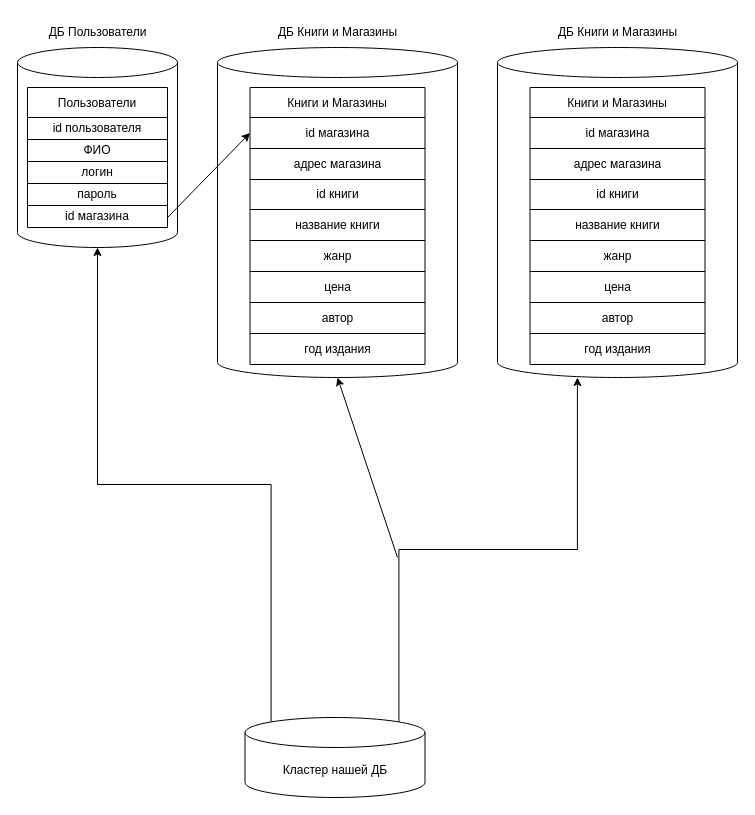
Above: диограмочка.drawio in VladiSlave2042/-Replication-and-scaling.-Part-1 (draw.io), before the change. Source tidied: cells renumbered, new cells numbered last; positions are measured from the earlier drawing's top-left corner, leaving out a move shared by most shapes. Both pictures are drawn from the tidied source at 100%, with x=0, y=0 at pixel (17, 17).
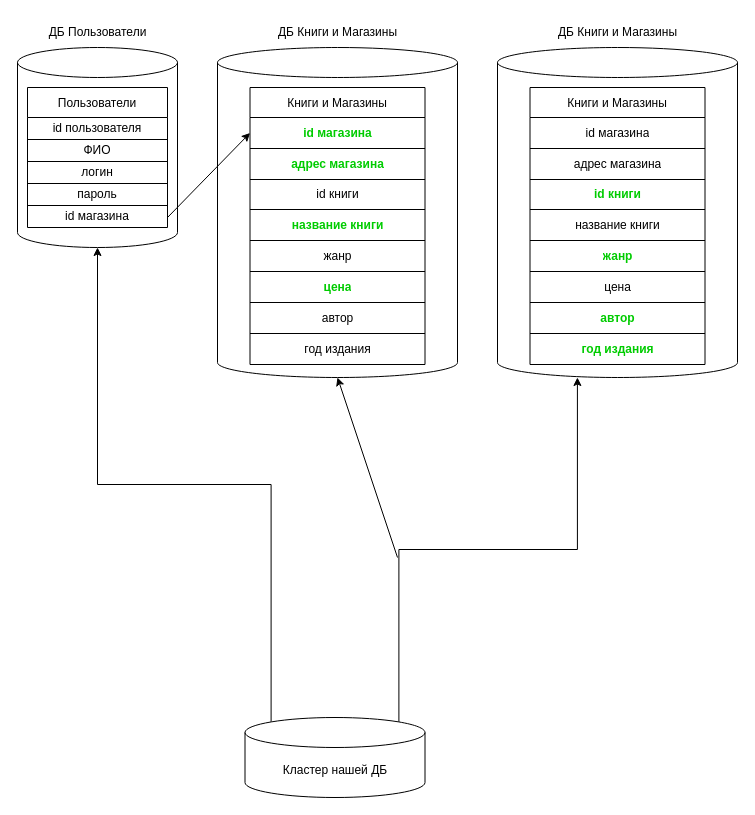
The same diagram, later.

Unchanged cells that the change refers to:
```xml
<mxCell id="7" style="shape=tableRow;horizontal=0;startSize=0;swimlaneHead=0;swimlaneBody=0;strokeColor=inherit;top=0;left=0;bottom=0;right=0;fillColor=none;points=[[0,0.5],[1,0.5]];portConstraint=eastwest;" parent="6" vertex="1">
  <mxGeometry y="30" width="175" height="31" as="geometry" />
</mxCell>
<mxCell id="9" style="shape=tableRow;horizontal=0;startSize=0;swimlaneHead=0;swimlaneBody=0;strokeColor=inherit;top=0;left=0;bottom=0;right=0;fillColor=none;" parent="6" vertex="1">
  <mxGeometry y="61" width="175" height="31" as="geometry" />
</mxCell>
<mxCell id="13" style="shape=tableRow;horizontal=0;startSize=0;swimlaneHead=0;swimlaneBody=0;strokeColor=inherit;top=0;left=0;bottom=0;right=0;fillColor=none;" parent="6" vertex="1">
  <mxGeometry y="122" width="175" height="31" as="geometry" />
</mxCell>
<mxCell id="17" style="shape=tableRow;horizontal=0;startSize=0;swimlaneHead=0;swimlaneBody=0;strokeColor=inherit;top=0;left=0;bottom=0;right=0;fillColor=none;" parent="6" vertex="1">
  <mxGeometry y="184" width="175" height="31" as="geometry" />
</mxCell>
<mxCell id="42" style="shape=tableRow;horizontal=0;startSize=0;swimlaneHead=0;swimlaneBody=0;strokeColor=inherit;top=0;left=0;bottom=0;right=0;fillColor=none;" parent="37" vertex="1">
  <mxGeometry y="92" width="175" height="30" as="geometry" />
</mxCell>
<mxCell id="46" style="shape=tableRow;horizontal=0;startSize=0;swimlaneHead=0;swimlaneBody=0;strokeColor=inherit;top=0;left=0;bottom=0;right=0;fillColor=none;" parent="37" vertex="1">
  <mxGeometry y="153" width="175" height="31" as="geometry" />
</mxCell>
<mxCell id="50" style="shape=tableRow;horizontal=0;startSize=0;swimlaneHead=0;swimlaneBody=0;strokeColor=inherit;top=0;left=0;bottom=0;right=0;fillColor=none;" parent="37" vertex="1">
  <mxGeometry y="215" width="175" height="31" as="geometry" />
</mxCell>
<mxCell id="52" style="shape=tableRow;horizontal=0;startSize=0;swimlaneHead=0;swimlaneBody=0;strokeColor=inherit;top=0;left=0;bottom=0;right=0;fillColor=none;" parent="37" vertex="1">
  <mxGeometry y="246" width="175" height="31" as="geometry" />
</mxCell>
```

Diff of the diagram source:
```diff
@@
-    <mxCell id="8" value="id магазина" style="shape=partialRectangle;html=1;whiteSpace=wrap;strokeColor=inherit;overflow=hidden;fillColor=none;top=0;left=0;bottom=0;right=0;" parent="7" vertex="1">
+    <mxCell id="8" value="&lt;b&gt;&lt;font color=&quot;#00cc00&quot;&gt;id магазина&lt;/font&gt;&lt;/b&gt;" style="shape=partialRectangle;html=1;whiteSpace=wrap;strokeColor=inherit;overflow=hidden;fillColor=none;top=0;left=0;bottom=0;right=0;" parent="7" vertex="1">
       <mxGeometry width="175" height="31" as="geometry" />
     </mxCell>
@@
-    <mxCell id="10" value="адрес магазина" style="shape=partialRectangle;html=1;whiteSpace=wrap;strokeColor=inherit;overflow=hidden;fillColor=none;top=0;left=0;bottom=0;right=0;" parent="9" vertex="1">
+    <mxCell id="10" value="&lt;b&gt;&lt;font color=&quot;#00cc00&quot;&gt;адрес магазина&lt;/font&gt;&lt;/b&gt;" style="shape=partialRectangle;html=1;whiteSpace=wrap;strokeColor=inherit;overflow=hidden;fillColor=none;top=0;left=0;bottom=0;right=0;" parent="9" vertex="1">
       <mxGeometry width="175" height="31" as="geometry" />
     </mxCell>
@@
-    <mxCell id="14" value="название книги" style="shape=partialRectangle;html=1;whiteSpace=wrap;strokeColor=inherit;overflow=hidden;fillColor=none;top=0;left=0;bottom=0;right=0;" parent="13" vertex="1">
+    <mxCell id="14" value="&lt;b&gt;&lt;font color=&quot;#00cc00&quot;&gt;название книги&lt;/font&gt;&lt;/b&gt;" style="shape=partialRectangle;html=1;whiteSpace=wrap;strokeColor=inherit;overflow=hidden;fillColor=none;top=0;left=0;bottom=0;right=0;" parent="13" vertex="1">
       <mxGeometry width="175" height="31" as="geometry" />
     </mxCell>
@@
-    <mxCell id="18" value="цена" style="shape=partialRectangle;html=1;whiteSpace=wrap;strokeColor=inherit;overflow=hidden;fillColor=none;top=0;left=0;bottom=0;right=0;" parent="17" vertex="1">
+    <mxCell id="18" value="&lt;b&gt;&lt;font color=&quot;#00cc00&quot;&gt;цена&lt;/font&gt;&lt;/b&gt;" style="shape=partialRectangle;html=1;whiteSpace=wrap;strokeColor=inherit;overflow=hidden;fillColor=none;top=0;left=0;bottom=0;right=0;" parent="17" vertex="1">
       <mxGeometry width="175" height="31" as="geometry" />
     </mxCell>
@@
-    <mxCell id="43" value="id книги" style="shape=partialRectangle;html=1;whiteSpace=wrap;strokeColor=inherit;overflow=hidden;fillColor=none;top=0;left=0;bottom=0;right=0;" parent="42" vertex="1">
+    <mxCell id="43" value="&lt;b&gt;&lt;font color=&quot;#00cc00&quot;&gt;id книги&lt;/font&gt;&lt;/b&gt;" style="shape=partialRectangle;html=1;whiteSpace=wrap;strokeColor=inherit;overflow=hidden;fillColor=none;top=0;left=0;bottom=0;right=0;" parent="42" vertex="1">
       <mxGeometry width="175" height="30" as="geometry" />
     </mxCell>
@@
-    <mxCell id="47" value="жанр" style="shape=partialRectangle;html=1;whiteSpace=wrap;strokeColor=inherit;overflow=hidden;fillColor=none;top=0;left=0;bottom=0;right=0;" parent="46" vertex="1">
+    <mxCell id="47" value="&lt;b&gt;&lt;font color=&quot;#00cc00&quot;&gt;жанр&lt;/font&gt;&lt;/b&gt;" style="shape=partialRectangle;html=1;whiteSpace=wrap;strokeColor=inherit;overflow=hidden;fillColor=none;top=0;left=0;bottom=0;right=0;" parent="46" vertex="1">
       <mxGeometry width="175" height="31" as="geometry" />
     </mxCell>
@@
-    <mxCell id="51" value="автор" style="shape=partialRectangle;html=1;whiteSpace=wrap;strokeColor=inherit;overflow=hidden;fillColor=none;top=0;left=0;bottom=0;right=0;" parent="50" vertex="1">
+    <mxCell id="51" value="&lt;b&gt;&lt;font color=&quot;#00cc00&quot;&gt;автор&lt;/font&gt;&lt;/b&gt;" style="shape=partialRectangle;html=1;whiteSpace=wrap;strokeColor=inherit;overflow=hidden;fillColor=none;top=0;left=0;bottom=0;right=0;" parent="50" vertex="1">
       <mxGeometry width="175" height="31" as="geometry" />
     </mxCell>
@@
-    <mxCell id="53" value="год издания" style="shape=partialRectangle;html=1;whiteSpace=wrap;strokeColor=inherit;overflow=hidden;fillColor=none;top=0;left=0;bottom=0;right=0;" parent="52" vertex="1">
+    <mxCell id="53" value="&lt;b&gt;&lt;font color=&quot;#00cc00&quot;&gt;год издания&lt;/font&gt;&lt;/b&gt;" style="shape=partialRectangle;html=1;whiteSpace=wrap;strokeColor=inherit;overflow=hidden;fillColor=none;top=0;left=0;bottom=0;right=0;" parent="52" vertex="1">
       <mxGeometry width="175" height="31" as="geometry" />
     </mxCell>
```
